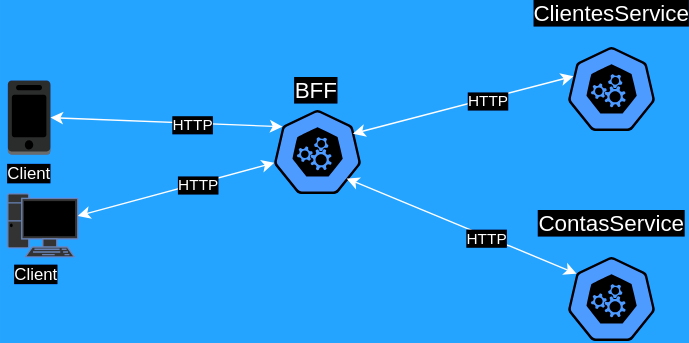
Above: images/gestao_contas_cooperativa_architecture_diagram.drawio.svg in reinaldogez/GestaoContasCooperativa (draw.io), before the change. Source tidied: cells renumbered, new cells last; positions are measured from the earlier drawing's top-left corner, leaving out a move shared by most shapes.
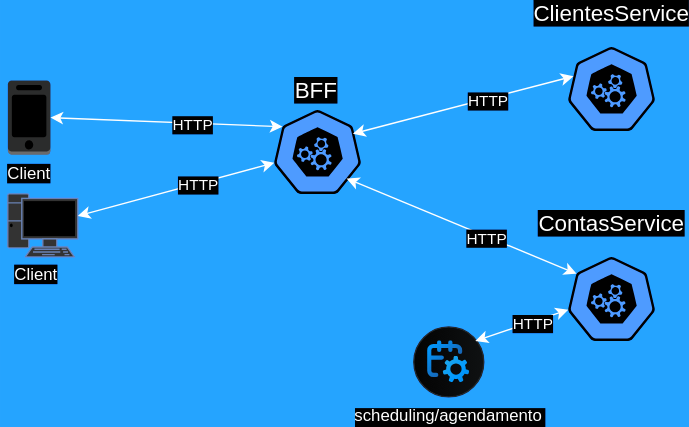
The same diagram one commit later.

The edit, as a diff of the source:
```diff
@@ -64,5 +64,14 @@
     <mxCell id="19" value="HTTP" style="edgeLabel;html=1;align=center;verticalAlign=middle;" parent="18" vertex="1">
       <mxGeometry x="0.21" y="-1" relative="1" as="geometry" />
     </mxCell>
+    <mxCell id="20" value="scheduling/agendamento" style="shape=mxgraph.sap.icon;labelPosition=center;verticalLabelPosition=bottom;align=center;verticalAlign=top;strokeWidth=1;strokeColor=#D5DADD;fillColor=#EDEFF0;gradientColor=#FCFCFC;gradientDirection=west;SAPIcon=SAP_Job_Scheduling_service;labelBackgroundColor=default;" parent="1" vertex="1">
+      <mxGeometry x="295" y="220" width="50" height="50" as="geometry" />
+    </mxCell>
+    <mxCell id="21" style="endArrow=classic;startArrow=classic;html=1;rounded=0;exitX=0.88;exitY=0.2;exitDx=0;exitDy=0;exitPerimeter=0;entryX=0.005;entryY=0.63;entryDx=0;entryDy=0;entryPerimeter=0;" parent="1" edge="1" source="20" target="4">
+      <mxGeometry relative="1" as="geometry" />
+    </mxCell>
+    <mxCell id="22" value="HTTP" style="edgeLabel;html=1;align=center;verticalAlign=middle;" parent="21" vertex="1">
+      <mxGeometry x="0.21" y="-1" relative="1" as="geometry" />
+    </mxCell>
   </root>
 </mxGraphModel>
```
